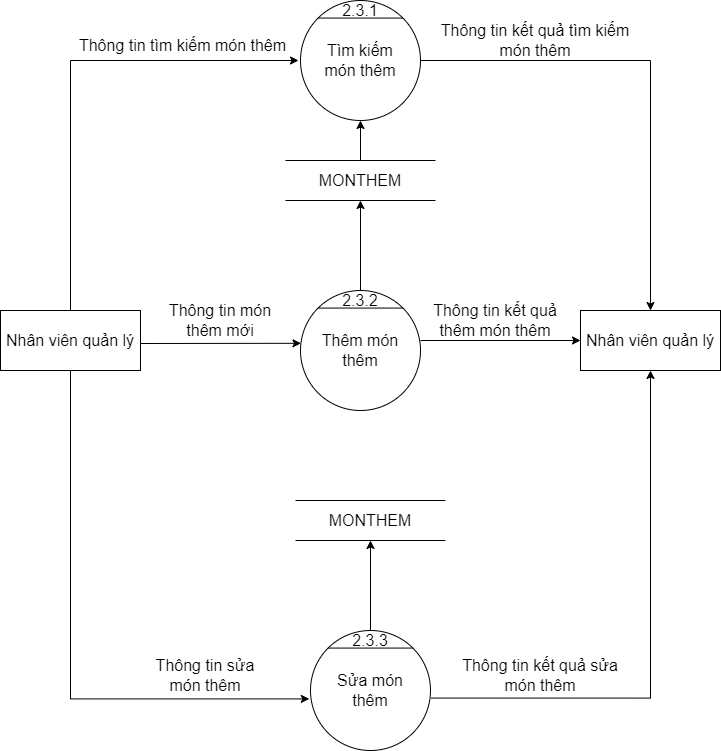
hungtadasuke/CoffeShop_SoftwareTechnology keeps this draw.io diagram as BFD&DFD/BFD&DFD mức 0, 1, 2, 3/DFD_2_QLMONTHEM.png. Above is the earlier version. Source tidied: cells renumbered, new cells last; positions are measured from the earlier drawing's top-left corner, leaving out a move shared by most shapes.
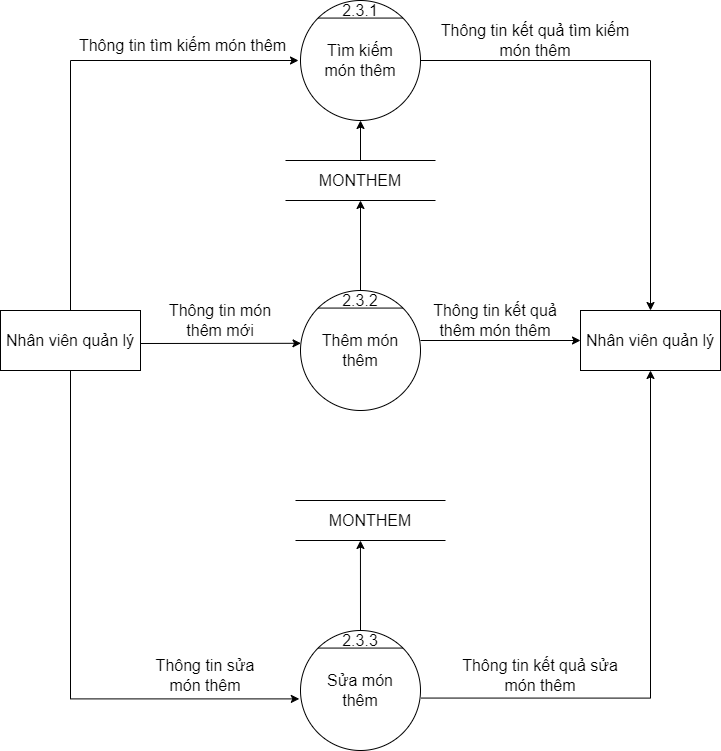
After the commit.

Diff of the diagram source:
```diff
@@ -21,13 +21,13 @@
       <mxGeometry x="320" y="335" width="80" height="30" as="geometry" />
     </mxCell>
     <mxCell id="8" style="ellipse;whiteSpace=wrap;html=1;fontSize=16;" parent="1" vertex="1">
-      <mxGeometry x="310" y="630" width="120" height="120" as="geometry" />
+      <mxGeometry x="300" y="630" width="120" height="120" as="geometry" />
     </mxCell>
     <mxCell id="9" style="endArrow=none;html=1;rounded=0;exitX=0;exitY=0;exitDx=0;exitDy=0;entryX=1;entryY=0;entryDx=0;entryDy=0;fontSize=16;" parent="1" edge="1" source="8" target="8">
       <mxGeometry relative="1" as="geometry" />
     </mxCell>
     <mxCell id="10" value="&lt;font style=&quot;font-size: 16px&quot;&gt;Sửa món thêm&lt;/font&gt;" style="text;html=1;strokeColor=none;fillColor=none;align=center;verticalAlign=middle;whiteSpace=wrap;rounded=0;fontSize=16;" parent="1" vertex="1">
-      <mxGeometry x="330" y="675" width="80" height="30" as="geometry" />
+      <mxGeometry x="320" y="675" width="80" height="30" as="geometry" />
     </mxCell>
     <mxCell id="11" value="Nhân viên quản lý" style="rounded=0;whiteSpace=wrap;html=1;fontSize=16;" parent="1" vertex="1">
       <mxGeometry y="310" width="140" height="60" as="geometry" />
@@ -42,7 +42,7 @@
       <mxGeometry x="340" y="290" width="40" height="20" as="geometry" />
     </mxCell>
     <mxCell id="15" value="&lt;font style=&quot;font-size: 16px&quot;&gt;2.3.3&lt;/font&gt;" style="text;html=1;strokeColor=none;fillColor=none;align=center;verticalAlign=middle;whiteSpace=wrap;rounded=0;" parent="1" vertex="1">
-      <mxGeometry x="340" y="630" width="60" height="20" as="geometry" />
+      <mxGeometry x="330" y="630" width="60" height="20" as="geometry" />
     </mxCell>
     <mxCell id="16" style="edgeStyle=segmentEdgeStyle;endArrow=classic;html=1;rounded=0;fontSize=16;exitX=0.5;exitY=0;exitDx=0;exitDy=0;" parent="1" edge="1" source="11">
       <mxGeometry relative="1" as="geometry">
@@ -95,10 +95,10 @@
     <mxCell id="26" style="endArrow=classic;html=1;rounded=0;fontSize=16;entryX=0.5;entryY=1;entryDx=0;entryDy=0;exitX=0.5;exitY=0;exitDx=0;exitDy=0;" parent="1" edge="1" source="22" target="2">
       <mxGeometry relative="1" as="geometry" />
     </mxCell>
-    <mxCell id="27" style="endArrow=classic;html=1;rounded=0;fontSize=16;entryX=0.5;entryY=1;entryDx=0;entryDy=0;exitX=0.5;exitY=0;exitDx=0;exitDy=0;" parent="1" edge="1" source="14" target="22">
+    <mxCell id="27" style="endArrow=classic;html=1;rounded=0;fontSize=16;exitX=0.5;exitY=0;exitDx=0;exitDy=0;entryX=0.5;entryY=1;entryDx=0;entryDy=0;" parent="1" edge="1" source="14" target="22">
       <mxGeometry relative="1" as="geometry" />
     </mxCell>
-    <mxCell id="28" style="endArrow=classic;html=1;rounded=0;fontSize=16;entryX=0.5;entryY=1;entryDx=0;entryDy=0;exitX=0.5;exitY=0;exitDx=0;exitDy=0;" parent="1" edge="1" source="15" target="25">
+    <mxCell id="28" style="endArrow=classic;html=1;rounded=0;fontSize=16;fontStyle=1;exitX=0.5;exitY=0;exitDx=0;exitDy=0;entryX=0.433;entryY=1;entryDx=0;entryDy=0;entryPerimeter=0;" parent="1" edge="1" source="15" target="25">
       <mxGeometry relative="1" as="geometry" />
     </mxCell>
     <mxCell id="29" value="Thông tin món thêm mới" style="text;html=1;strokeColor=none;fillColor=none;align=center;verticalAlign=middle;whiteSpace=wrap;rounded=0;fontSize=16;" parent="1" vertex="1">
```
